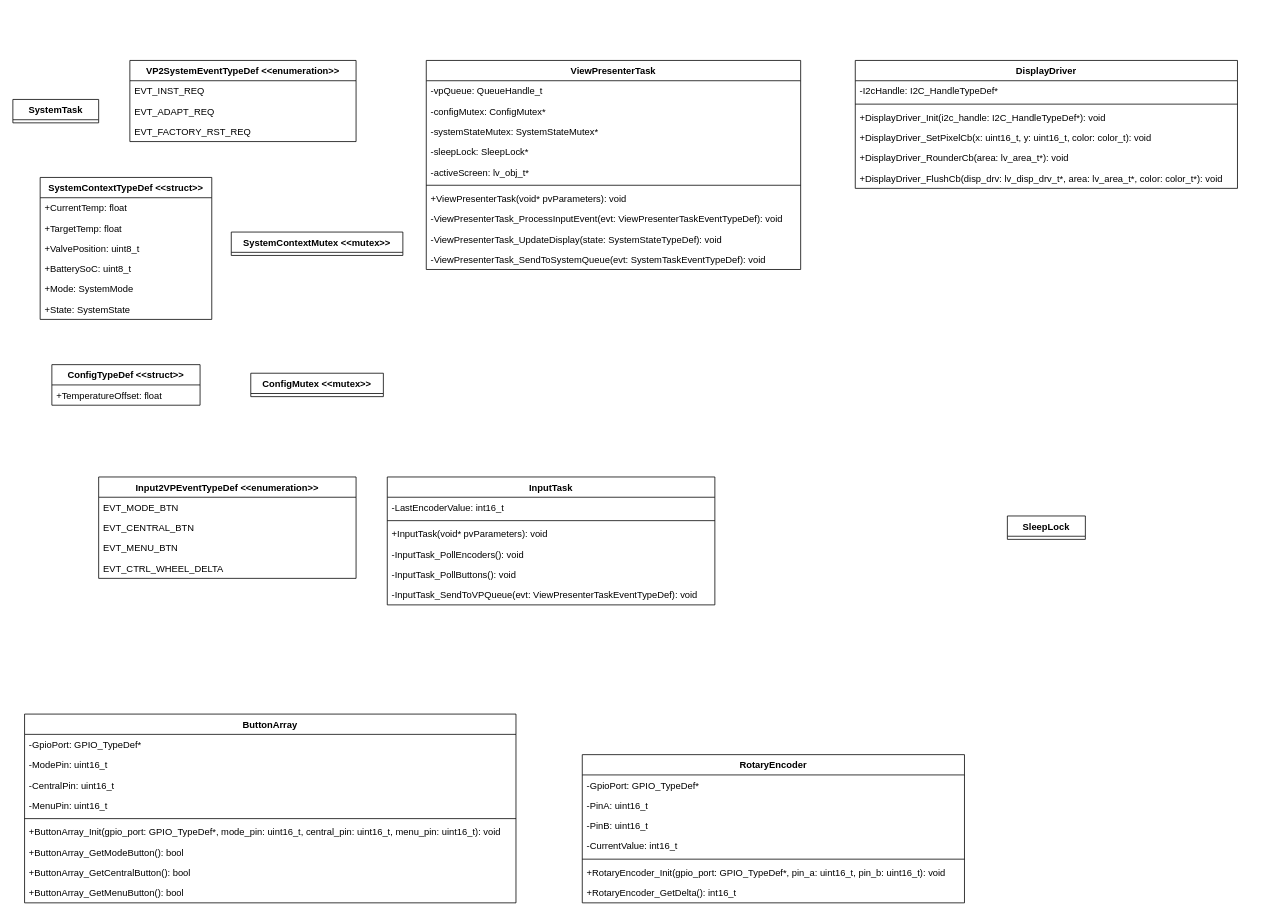
MiraTherm/miratherm-radiator-thermostat-documentation keeps this draw.io diagram as page "ui" (5 of 6) of software/diagrams/mt-rt-sw-design.drawio. Above is the earlier version. Source tidied: cells renumbered, new cells numbered last; positions are measured from the earlier drawing's top-left corner, leaving out a move shared by most shapes. Both pictures are drawn from the tidied source at 78%, with x=0, y=0 at pixel (12, 60).
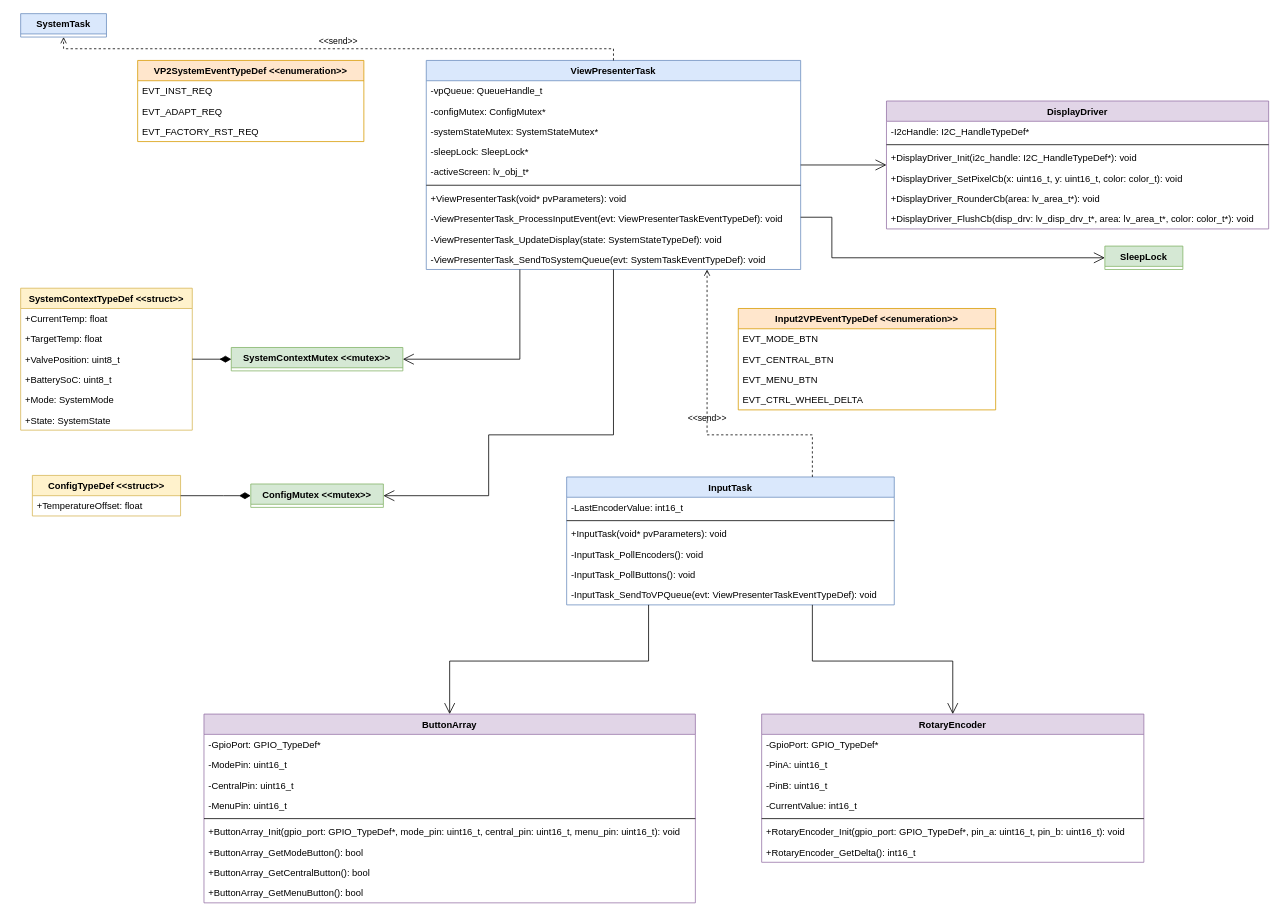
The same diagram, later.

The change refers to these unchanged cells:
```xml
<mxCell id="10" value="+ValvePosition: uint8_t" style="text;strokeColor=none;fillColor=none;align=left;verticalAlign=top;spacingLeft=4;spacingRight=4;overflow=hidden;points=[[0,0.5],[1,0.5]];portConstraint=eastwest;" parent="7" vertex="1">
  <mxGeometry y="78" width="220" height="26" as="geometry" />
</mxCell>
```

What changed in the source:
```diff
@@
-    <mxCell id="2" value="Input2VPEventTypeDef &lt;&lt;enumeration&gt;&gt;" style="swimlane;fontStyle=1;horizontal=1;startSize=26;" parent="1" vertex="1">
-      <mxGeometry x="110" y="534" width="330" height="130" as="geometry" />
+    <mxCell id="2" value="Input2VPEventTypeDef &lt;&lt;enumeration&gt;&gt;" style="swimlane;fontStyle=1;horizontal=1;startSize=26;fillColor=#ffe6cc;strokeColor=#d79b00;" parent="1" vertex="1">
+      <mxGeometry x="930" y="318" width="330" height="130" as="geometry" />
     </mxCell>
@@
-    <mxCell id="7" value="SystemContextTypeDef &lt;&lt;struct&gt;&gt;" style="swimlane;fontStyle=1;horizontal=1;startSize=26;" parent="1" vertex="1">
-      <mxGeometry x="35" y="150" width="220" height="182" as="geometry" />
+    <mxCell id="7" value="SystemContextTypeDef &lt;&lt;struct&gt;&gt;" style="swimlane;fontStyle=1;horizontal=1;startSize=26;fillColor=#fff2cc;strokeColor=#d6b656;" parent="1" vertex="1">
+      <mxGeometry x="10" y="292" width="220" height="182" as="geometry" />
     </mxCell>
@@
-    <mxCell id="14" value="SleepLock" style="swimlane;fontStyle=1;horizontal=1;startSize=26;" parent="1" vertex="1" collapsed="1">
-      <mxGeometry x="1275" y="584" width="100" height="30" as="geometry" />
+    <mxCell id="14" value="SleepLock" style="swimlane;fontStyle=1;horizontal=1;startSize=26;fillColor=#d5e8d4;strokeColor=#82b366;" parent="1" vertex="1" collapsed="1">
+      <mxGeometry x="1400" y="238" width="100" height="30" as="geometry" />
     </mxCell>
-    <mxCell id="15" value="InputTask" style="swimlane;fontStyle=1;horizontal=1;startSize=26;" parent="1" vertex="1">
-      <mxGeometry x="480" y="534" width="420" height="164" as="geometry" />
+    <mxCell id="15" value="InputTask" style="swimlane;fontStyle=1;horizontal=1;startSize=26;fillColor=#dae8fc;strokeColor=#6c8ebf;" parent="1" vertex="1">
+      <mxGeometry x="710" y="534" width="420" height="164" as="geometry" />
     </mxCell>
@@
-    <mxCell id="22" value="ButtonArray" style="swimlane;fontStyle=1;horizontal=1;startSize=26;" parent="1" vertex="1">
-      <mxGeometry x="15" y="838" width="630" height="242" as="geometry" />
+    <mxCell id="22" value="ButtonArray" style="swimlane;fontStyle=1;horizontal=1;startSize=26;fillColor=#e1d5e7;strokeColor=#9673a6;" parent="1" vertex="1">
+      <mxGeometry x="245" y="838" width="630" height="242" as="geometry" />
     </mxCell>
@@
-    <mxCell id="32" value="RotaryEncoder" style="swimlane;fontStyle=1;horizontal=1;startSize=26;" parent="1" vertex="1">
-      <mxGeometry x="730" y="890" width="490" height="190" as="geometry" />
+    <mxCell id="32" value="RotaryEncoder" style="swimlane;fontStyle=1;horizontal=1;startSize=26;fillColor=#e1d5e7;strokeColor=#9673a6;" parent="1" vertex="1">
+      <mxGeometry x="960" y="838" width="490" height="190" as="geometry" />
     </mxCell>
@@
-    <mxCell id="40" value="DisplayDriver" style="swimlane;fontStyle=1;horizontal=1;startSize=26;" parent="1" vertex="1">
-      <mxGeometry x="1080" width="490" height="164" as="geometry" />
+    <mxCell id="40" value="DisplayDriver" style="swimlane;fontStyle=1;horizontal=1;startSize=26;fillColor=#e1d5e7;strokeColor=#9673a6;" parent="1" vertex="1">
+      <mxGeometry x="1120" y="52" width="490" height="164" as="geometry" />
     </mxCell>
@@
-    <mxCell id="47" value="ViewPresenterTask" style="swimlane;fontStyle=1;horizontal=1;startSize=26;" parent="1" vertex="1">
+    <mxCell id="47" value="ViewPresenterTask" style="swimlane;fontStyle=1;horizontal=1;startSize=26;fillColor=#dae8fc;strokeColor=#6c8ebf;" parent="1" vertex="1">
       <mxGeometry x="530" width="480" height="268" as="geometry" />
     </mxCell>
@@
-    <mxCell id="58" value="ConfigTypeDef &lt;&lt;struct&gt;&gt;" style="swimlane;fontStyle=1;horizontal=1;startSize=26;" parent="1" vertex="1">
-      <mxGeometry x="50" y="390" width="190" height="52" as="geometry" />
+    <mxCell id="58" value="ConfigTypeDef &lt;&lt;struct&gt;&gt;" style="swimlane;fontStyle=1;horizontal=1;startSize=26;fillColor=#fff2cc;strokeColor=#d6b656;" parent="1" vertex="1">
+      <mxGeometry x="25" y="532" width="190" height="52" as="geometry" />
     </mxCell>
@@
-    <mxCell id="60" value="SystemTask" style="swimlane;fontStyle=1;horizontal=1;startSize=26;" parent="1" vertex="1" collapsed="1">
-      <mxGeometry y="50" width="110" height="30" as="geometry" />
+    <mxCell id="60" value="SystemTask" style="swimlane;fontStyle=1;horizontal=1;startSize=26;fillColor=#dae8fc;strokeColor=#6c8ebf;" parent="1" vertex="1" collapsed="1">
+      <mxGeometry x="10" y="-60" width="110" height="30" as="geometry" />
     </mxCell>
-    <mxCell id="61" value="VP2SystemEventTypeDef &lt;&lt;enumeration&gt;&gt;" style="swimlane;fontStyle=1;horizontal=1;startSize=26;" parent="1" vertex="1">
-      <mxGeometry x="150" width="290" height="104" as="geometry" />
+    <mxCell id="61" value="VP2SystemEventTypeDef &lt;&lt;enumeration&gt;&gt;" style="swimlane;fontStyle=1;horizontal=1;startSize=26;fillColor=#ffe6cc;strokeColor=#d79b00;" parent="1" vertex="1">
+      <mxGeometry x="160" width="290" height="104" as="geometry" />
     </mxCell>
@@
-    <mxCell id="65" value="SystemContextMutex &lt;&lt;mutex&gt;&gt;" style="swimlane;fontStyle=1;horizontal=1;startSize=26;" parent="1" vertex="1" collapsed="1">
-      <mxGeometry x="280" y="220" width="220" height="30" as="geometry" />
+    <mxCell id="65" value="SystemContextMutex &lt;&lt;mutex&gt;&gt;" style="swimlane;fontStyle=1;horizontal=1;startSize=26;fillColor=#d5e8d4;strokeColor=#82b366;" parent="1" vertex="1" collapsed="1">
+      <mxGeometry x="280" y="368" width="220" height="30" as="geometry" />
     </mxCell>
-    <mxCell id="66" value="ConfigMutex &lt;&lt;mutex&gt;&gt;" style="swimlane;fontStyle=1;horizontal=1;startSize=26;" parent="1" vertex="1" collapsed="1">
-      <mxGeometry x="305" y="401" width="170" height="30" as="geometry" />
+    <mxCell id="66" value="ConfigMutex &lt;&lt;mutex&gt;&gt;" style="swimlane;fontStyle=1;horizontal=1;startSize=26;fillColor=#d5e8d4;strokeColor=#82b366;" parent="1" vertex="1" collapsed="1">
+      <mxGeometry x="305" y="543" width="170" height="30" as="geometry" />
     </mxCell>
+    <mxCell id="67" style="endArrow=diamondThin;endFill=1;endSize=12;html=1;rounded=0;exitX=1;exitY=0.5;exitDx=0;exitDy=0;edgeStyle=orthogonalEdgeStyle;entryX=0;entryY=0.5;entryDx=0;entryDy=0;" parent="1" edge="1" source="58" target="66">
+      <mxGeometry relative="1" as="geometry">
+        <Array as="points">
+          <mxPoint x="270" y="558" />
+          <mxPoint x="270" y="558" />
+        </Array>
+      </mxGeometry>
+    </mxCell>
+    <mxCell id="68" style="endArrow=diamondThin;endFill=1;endSize=12;html=1;rounded=0;exitX=1;exitY=0.5;exitDx=0;exitDy=0;edgeStyle=orthogonalEdgeStyle;entryX=0;entryY=0.5;entryDx=0;entryDy=0;" parent="1" edge="1" source="10" target="65">
+      <mxGeometry relative="1" as="geometry">
+        <Array as="points">
+          <mxPoint x="270" y="383" />
+          <mxPoint x="270" y="383" />
+        </Array>
+      </mxGeometry>
+    </mxCell>
+    <mxCell id="69" value="&amp;lt;&amp;lt;send&amp;gt;&amp;gt;" style="endArrow=open;html=1;rounded=0;align=center;verticalAlign=bottom;dashed=1;endFill=0;labelBackgroundColor=none;exitX=0.5;exitY=0;exitDx=0;exitDy=0;edgeStyle=orthogonalEdgeStyle;entryX=0.5;entryY=1;entryDx=0;entryDy=0;" parent="1" edge="1" source="47" target="60">
+      <mxGeometry relative="1" as="geometry" />
+    </mxCell>
+    <mxCell id="70" style="html=1;align=center;verticalAlign=top;labelBackgroundColor=none;" parent="69" vertex="1">
+      <mxGeometry relative="1" as="geometry" />
+    </mxCell>
+    <mxCell id="71" style="endArrow=open;endFill=1;endSize=12;html=1;rounded=0;edgeStyle=orthogonalEdgeStyle;entryX=0.5;entryY=0;entryDx=0;entryDy=0;exitX=0.75;exitY=1;exitDx=0;exitDy=0;" parent="1" edge="1" source="15" target="32">
+      <mxGeometry relative="1" as="geometry">
+        <Array as="points">
+          <mxPoint x="1025" y="770" />
+          <mxPoint x="1205" y="770" />
+        </Array>
+      </mxGeometry>
+    </mxCell>
+    <mxCell id="72" style="endArrow=open;endFill=1;endSize=12;html=1;rounded=0;edgeStyle=orthogonalEdgeStyle;entryX=0.5;entryY=0;entryDx=0;entryDy=0;exitX=0.25;exitY=1;exitDx=0;exitDy=0;" parent="1" edge="1" source="15" target="22">
+      <mxGeometry relative="1" as="geometry">
+        <Array as="points">
+          <mxPoint x="815" y="770" />
+          <mxPoint x="560" y="770" />
+        </Array>
+      </mxGeometry>
+    </mxCell>
+    <mxCell id="73" value="&amp;lt;&amp;lt;send&amp;gt;&amp;gt;" style="endArrow=open;html=1;rounded=0;align=center;verticalAlign=bottom;dashed=1;endFill=0;labelBackgroundColor=none;exitX=0.75;exitY=0;exitDx=0;exitDy=0;edgeStyle=orthogonalEdgeStyle;entryX=0.75;entryY=1;entryDx=0;entryDy=0;" parent="1" edge="1" source="15" target="47">
+      <mxGeometry relative="1" as="geometry">
+        <Array as="points">
+          <mxPoint x="1025" y="480" />
+          <mxPoint x="890" y="480" />
+        </Array>
+      </mxGeometry>
+    </mxCell>
+    <mxCell id="74" style="html=1;align=center;verticalAlign=top;labelBackgroundColor=none;" parent="73" vertex="1">
+      <mxGeometry relative="1" as="geometry" />
+    </mxCell>
+    <mxCell id="75" style="endArrow=open;endFill=1;endSize=12;html=1;rounded=0;edgeStyle=orthogonalEdgeStyle;entryX=1;entryY=0.5;entryDx=0;entryDy=0;exitX=0.25;exitY=1;exitDx=0;exitDy=0;" parent="1" edge="1" source="47" target="65">
+      <mxGeometry relative="1" as="geometry">
+        <Array as="points">
+          <mxPoint x="650" y="383" />
+        </Array>
+      </mxGeometry>
+    </mxCell>
+    <mxCell id="76" style="endArrow=open;endFill=1;endSize=12;html=1;rounded=0;edgeStyle=orthogonalEdgeStyle;entryX=1;entryY=0.5;entryDx=0;entryDy=0;exitX=0.5;exitY=1;exitDx=0;exitDy=0;" parent="1" edge="1" source="47" target="66">
+      <mxGeometry relative="1" as="geometry">
+        <Array as="points">
+          <mxPoint x="770" y="480" />
+          <mxPoint x="610" y="480" />
+          <mxPoint x="610" y="558" />
+        </Array>
+      </mxGeometry>
+    </mxCell>
+    <mxCell id="77" style="endArrow=open;endFill=1;endSize=12;html=1;rounded=0;edgeStyle=orthogonalEdgeStyle;exitX=1;exitY=0.5;exitDx=0;exitDy=0;entryX=0;entryY=0.5;entryDx=0;entryDy=0;" parent="1" edge="1" source="47" target="40">
+      <mxGeometry relative="1" as="geometry">
+        <Array as="points">
+          <mxPoint x="1120" y="134" />
+        </Array>
+      </mxGeometry>
+    </mxCell>
+    <mxCell id="78" style="endArrow=open;endFill=1;endSize=12;html=1;rounded=0;edgeStyle=orthogonalEdgeStyle;exitX=1;exitY=0.75;exitDx=0;exitDy=0;entryX=0;entryY=0.5;entryDx=0;entryDy=0;" parent="1" edge="1" source="47" target="14">
+      <mxGeometry relative="1" as="geometry">
+        <Array as="points">
+          <mxPoint x="1050" y="201" />
+          <mxPoint x="1050" y="253" />
+        </Array>
+      </mxGeometry>
+    </mxCell>
```
